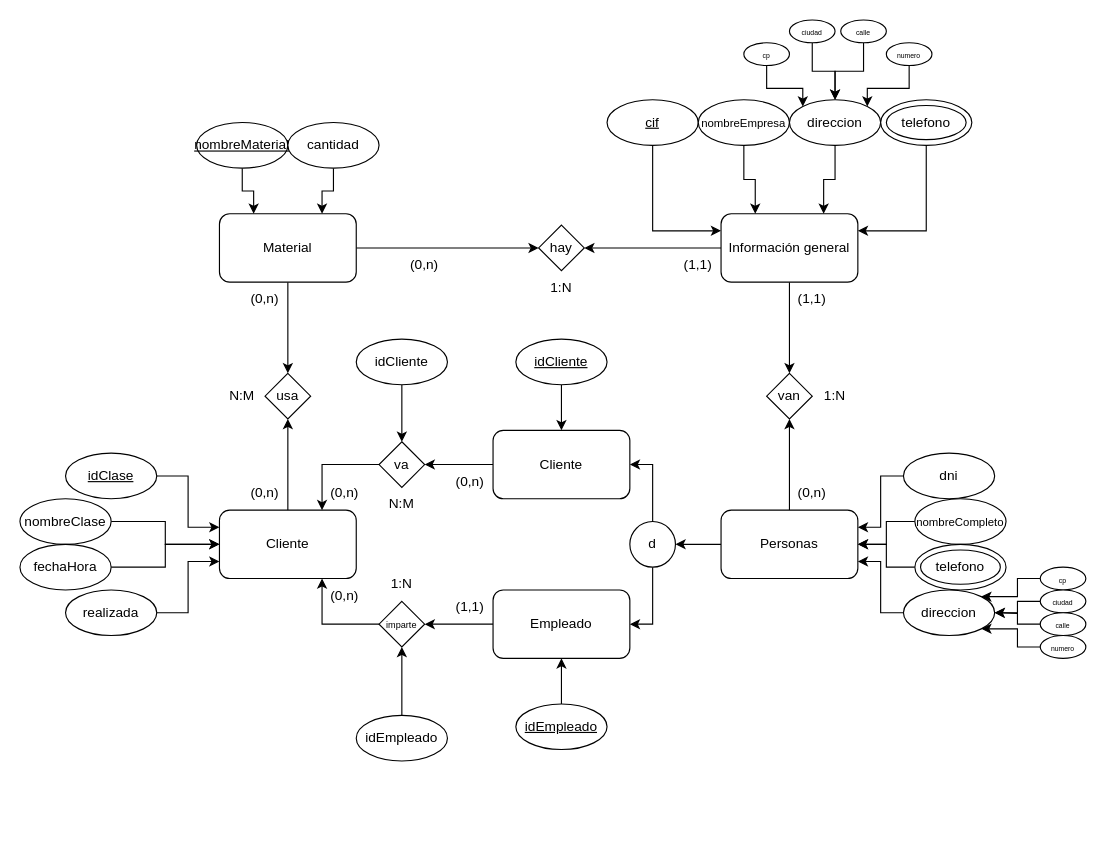
This is jGym_diagrama_entidad-relacion.drawio from JVilluendas/Proyecto_jGYM, a draw.io file, before an edit. Source tidied: cells renumbered, new cells numbered last; positions are measured from the earlier drawing's top-left corner, leaving out a move shared by most shapes. Both pictures are drawn from the tidied source at 114%, with x=0, y=0 at pixel (19, 19).
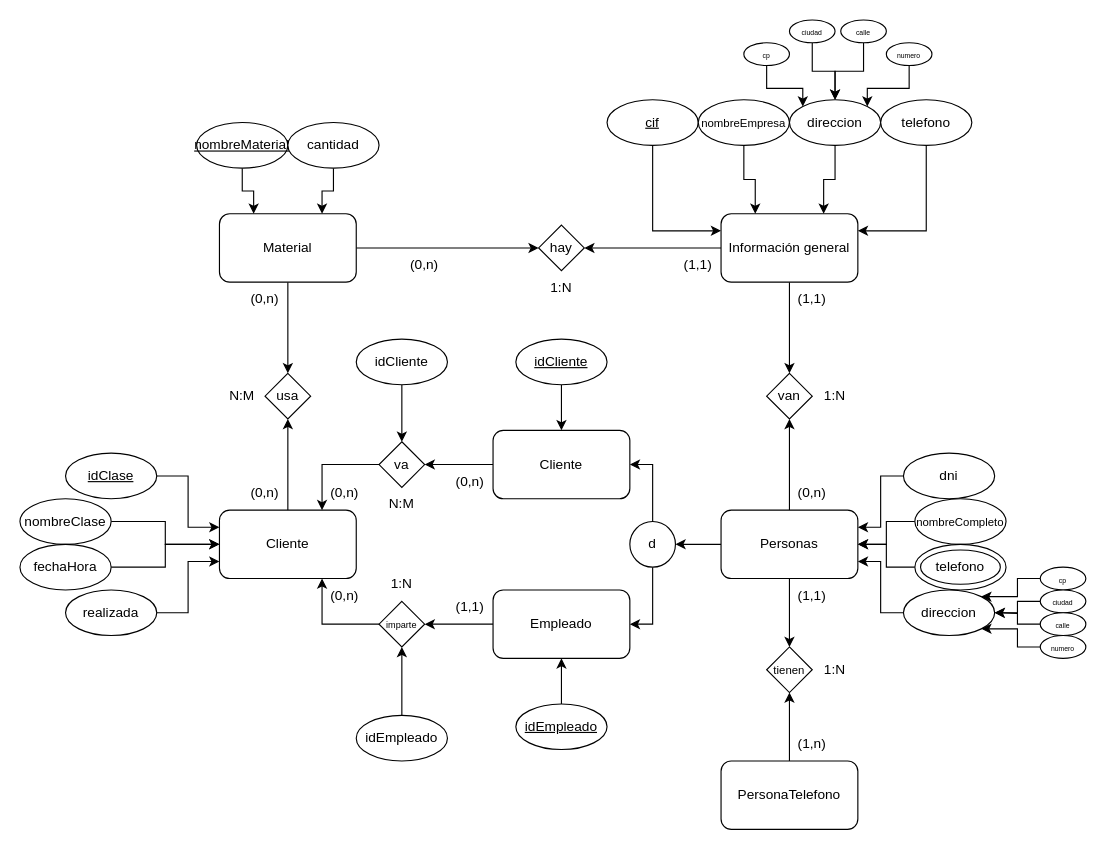
After the change.

Commit message:
actualizacion en el entidad relacion

Unchanged cells that the change refers to:
```xml
<mxCell id="17" value="Personas" style="rounded=1;whiteSpace=wrap;html=1;" parent="1" vertex="1">
  <mxGeometry x="615" y="430" width="120" height="60" as="geometry" />
</mxCell>
```

What changed in the source:
```diff
@@
-    <mxCell id="12" style="ellipse;whiteSpace=wrap;html=1;" parent="1" vertex="1">
+    <mxCell id="12" value="telefono" style="ellipse;whiteSpace=wrap;html=1;" parent="1" vertex="1">
       <mxGeometry x="755" y="70" width="80" height="40" as="geometry" />
     </mxCell>
-    <mxCell id="13" value="telefono" style="ellipse;whiteSpace=wrap;html=1;direction=west;" parent="1" vertex="1">
-      <mxGeometry x="760" y="75" width="70" height="30" as="geometry" />
-    </mxCell>
@@
+    <mxCell id="96" style="edgeStyle=orthogonalEdgeStyle;rounded=0;jettySize=auto;html=1;exitX=0.5;exitY=1;exitDx=0;exitDy=0;entryX=0.5;entryY=0;entryDx=0;entryDy=0;" parent="1" edge="1" source="17" target="99">
+      <mxGeometry relative="1" as="geometry" />
+    </mxCell>
@@
+    <mxCell id="97" style="edgeStyle=orthogonalEdgeStyle;rounded=0;jettySize=auto;html=1;exitX=0.5;exitY=0;exitDx=0;exitDy=0;entryX=0.5;entryY=1;entryDx=0;entryDy=0;" parent="1" edge="1" source="98" target="99">
+      <mxGeometry relative="1" as="geometry" />
+    </mxCell>
+    <mxCell id="98" value="PersonaTelefono" style="rounded=1;whiteSpace=wrap;html=1;" parent="1" vertex="1">
+      <mxGeometry x="615" y="650" width="120" height="60" as="geometry" />
+    </mxCell>
+    <mxCell id="99" value="&lt;font style=&quot;font-size: 10px;&quot;&gt;tienen&lt;/font&gt;" style="rhombus;whiteSpace=wrap;html=1;" parent="1" vertex="1">
+      <mxGeometry x="655" y="550" width="40" height="40" as="geometry" />
+    </mxCell>
+    <mxCell id="100" value="(1,n)" style="text;html=1;align=center;verticalAlign=middle;whiteSpace=wrap;rounded=0;" parent="1" vertex="1">
+      <mxGeometry x="665" y="620" width="60" height="30" as="geometry" />
+    </mxCell>
+    <mxCell id="101" value="(1,1)" style="text;html=1;align=center;verticalAlign=middle;whiteSpace=wrap;rounded=0;" parent="1" vertex="1">
+      <mxGeometry x="665" y="490" width="60" height="30" as="geometry" />
+    </mxCell>
+    <mxCell id="102" value="1:N" style="text;html=1;align=center;verticalAlign=middle;whiteSpace=wrap;rounded=0;" parent="1" vertex="1">
+      <mxGeometry x="685" y="555" width="60" height="30" as="geometry" />
+    </mxCell>
```
